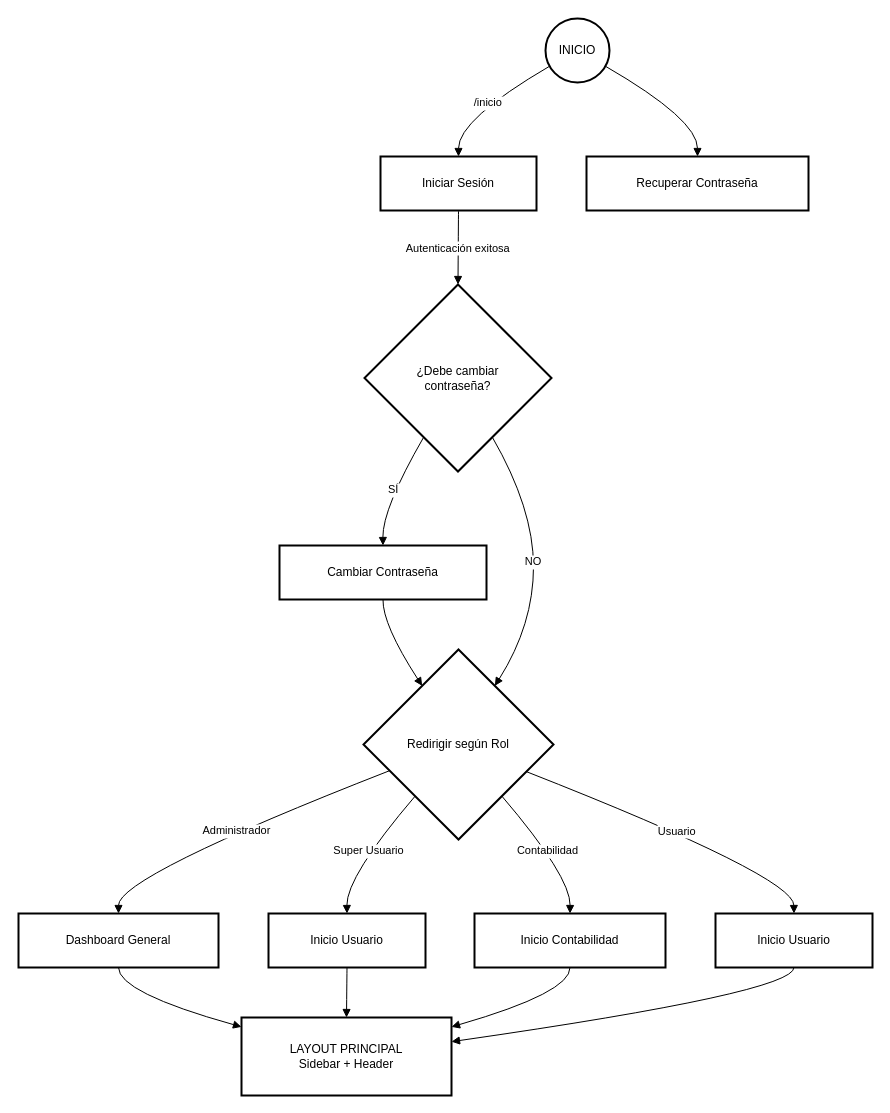
This is ESTRUCTURA DE NAVEGACIÓN GENERAL.drawio from Yazmin616/Diagramas_Procesos, a draw.io file, before an edit. Source tidied: cells renumbered, new cells numbered last; positions are measured from the earlier drawing's top-left corner, leaving out a move shared by most shapes. Both pictures are drawn from the tidied source at 100%, with x=0, y=0 at pixel (18, 18).
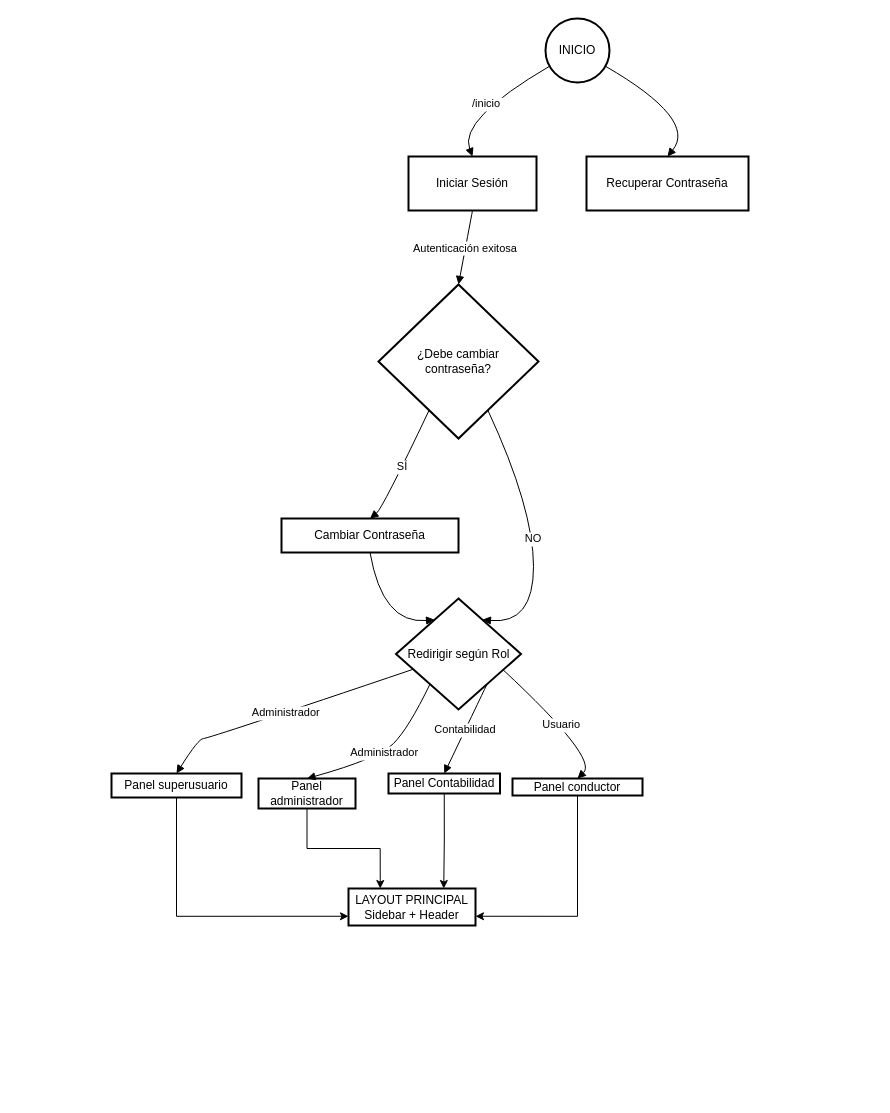
The same page after the edit.

Diff of the diagram source:
```diff
@@
     <mxCell id="3" value="Iniciar Sesión" style="whiteSpace=wrap;strokeWidth=2;" parent="1" vertex="1">
-      <mxGeometry x="362" y="138" width="156" height="54" as="geometry" />
+      <mxGeometry x="390" y="138" width="128" height="54" as="geometry" />
     </mxCell>
     <mxCell id="4" value="Recuperar Contraseña" style="whiteSpace=wrap;strokeWidth=2;" parent="1" vertex="1">
-      <mxGeometry x="568" y="138" width="222" height="54" as="geometry" />
+      <mxGeometry x="568" y="138" width="162" height="54" as="geometry" />
     </mxCell>
     <mxCell id="5" value="¿Debe cambiar&#10;contraseña?" style="rhombus;strokeWidth=2;whiteSpace=wrap;" parent="1" vertex="1">
-      <mxGeometry x="346" y="266" width="187" height="187" as="geometry" />
+      <mxGeometry x="360" y="266" width="160" height="154" as="geometry" />
     </mxCell>
     <mxCell id="6" value="Cambiar Contraseña" style="whiteSpace=wrap;strokeWidth=2;" parent="1" vertex="1">
-      <mxGeometry x="261" y="527" width="207" height="54" as="geometry" />
+      <mxGeometry x="263" y="500" width="177" height="34" as="geometry" />
     </mxCell>
     <mxCell id="7" value="Redirigir según Rol" style="rhombus;strokeWidth=2;whiteSpace=wrap;" parent="1" vertex="1">
-      <mxGeometry x="345" y="631" width="190" height="190" as="geometry" />
+      <mxGeometry x="377.5" y="580" width="125" height="111" as="geometry" />
     </mxCell>
+    <mxCell id="23" style="edgeStyle=orthogonalEdgeStyle;rounded=0;jettySize=auto;html=1;exitX=0.5;exitY=1;exitDx=0;exitDy=0;entryX=0;entryY=0.75;entryDx=0;entryDy=0;" parent="1" edge="1" source="8" target="12">
+      <mxGeometry relative="1" as="geometry" />
+    </mxCell>
-    <mxCell id="8" value="Dashboard General" style="whiteSpace=wrap;strokeWidth=2;" parent="1" vertex="1">
-      <mxGeometry y="895" width="200" height="54" as="geometry" />
+    <mxCell id="8" value="Panel superusuario" style="whiteSpace=wrap;strokeWidth=2;" parent="1" vertex="1">
+      <mxGeometry x="93" y="755" width="130" height="24" as="geometry" />
     </mxCell>
+    <mxCell id="24" style="edgeStyle=orthogonalEdgeStyle;rounded=0;jettySize=auto;html=1;exitX=0.5;exitY=1;exitDx=0;exitDy=0;entryX=0.25;entryY=0;entryDx=0;entryDy=0;" parent="1" edge="1" source="9" target="12">
+      <mxGeometry relative="1" as="geometry" />
+    </mxCell>
-    <mxCell id="9" value="Inicio Usuario" style="whiteSpace=wrap;strokeWidth=2;" parent="1" vertex="1">
-      <mxGeometry x="250" y="895" width="157" height="54" as="geometry" />
+    <mxCell id="9" value="Panel administrador" style="whiteSpace=wrap;strokeWidth=2;" parent="1" vertex="1">
+      <mxGeometry x="240" y="760" width="97" height="30" as="geometry" />
     </mxCell>
+    <mxCell id="25" style="edgeStyle=orthogonalEdgeStyle;rounded=0;jettySize=auto;html=1;exitX=0.5;exitY=1;exitDx=0;exitDy=0;entryX=0.75;entryY=0;entryDx=0;entryDy=0;" parent="1" edge="1" source="10" target="12">
+      <mxGeometry relative="1" as="geometry" />
+    </mxCell>
-    <mxCell id="10" value="Inicio Contabilidad" style="whiteSpace=wrap;strokeWidth=2;" parent="1" vertex="1">
-      <mxGeometry x="456" y="895" width="191" height="54" as="geometry" />
+    <mxCell id="10" value="Panel Contabilidad" style="whiteSpace=wrap;strokeWidth=2;" parent="1" vertex="1">
+      <mxGeometry x="370" y="755" width="111.5" height="20" as="geometry" />
     </mxCell>
+    <mxCell id="26" style="edgeStyle=orthogonalEdgeStyle;rounded=0;jettySize=auto;html=1;exitX=0.5;exitY=1;exitDx=0;exitDy=0;entryX=1;entryY=0.75;entryDx=0;entryDy=0;" parent="1" edge="1" source="11" target="12">
+      <mxGeometry relative="1" as="geometry" />
+    </mxCell>
-    <mxCell id="11" value="Inicio Usuario" style="whiteSpace=wrap;strokeWidth=2;" parent="1" vertex="1">
-      <mxGeometry x="697" y="895" width="157" height="54" as="geometry" />
+    <mxCell id="11" value="Panel conductor" style="whiteSpace=wrap;strokeWidth=2;" parent="1" vertex="1">
+      <mxGeometry x="494" y="760" width="130" height="17" as="geometry" />
     </mxCell>
     <mxCell id="12" value="LAYOUT PRINCIPAL&#10;Sidebar + Header" style="whiteSpace=wrap;strokeWidth=2;" parent="1" vertex="1">
-      <mxGeometry x="223" y="999" width="210" height="78" as="geometry" />
+      <mxGeometry x="330" y="870" width="127" height="37" as="geometry" />
     </mxCell>
@@
     <mxCell id="19" value="Administrador" style="curved=1;startArrow=none;endArrow=block;exitX=0;exitY=0.69;entryX=0.5;entryY=0;rounded=0;" parent="1" edge="1" source="7" target="8">
       <mxGeometry relative="1" as="geometry">
         <Array as="points">
-          <mxPoint x="100" y="858" />
+          <mxPoint x="190" y="720" />
+          <mxPoint x="180" y="720" />
         </Array>
       </mxGeometry>
     </mxCell>
-    <mxCell id="20" value="Super Usuario" style="curved=1;startArrow=none;endArrow=block;exitX=0.08;exitY=1;entryX=0.5;entryY=0;rounded=0;" parent="1" edge="1" source="7" target="9">
+    <mxCell id="20" value="Administrador" style="curved=1;startArrow=none;endArrow=block;exitX=0.08;exitY=1;entryX=0.5;entryY=0;rounded=0;" parent="1" edge="1" source="7" target="9">
       <mxGeometry relative="1" as="geometry">
         <Array as="points">
-          <mxPoint x="328" y="858" />
+          <mxPoint x="390" y="710" />
+          <mxPoint x="360" y="740" />
         </Array>
       </mxGeometry>
     </mxCell>
     <mxCell id="21" value="Contabilidad" style="curved=1;startArrow=none;endArrow=block;exitX=0.92;exitY=1;entryX=0.5;entryY=0;rounded=0;" parent="1" edge="1" source="7" target="10">
-      <mxGeometry relative="1" as="geometry">
-        <Array as="points">
-          <mxPoint x="552" y="858" />
-        </Array>
-      </mxGeometry>
+      <mxGeometry relative="1" as="geometry" />
     </mxCell>
     <mxCell id="22" value="Usuario" style="curved=1;startArrow=none;endArrow=block;exitX=1;exitY=0.7;entryX=0.5;entryY=0;rounded=0;" parent="1" edge="1" source="7" target="11">
       <mxGeometry relative="1" as="geometry">
         <Array as="points">
-          <mxPoint x="775" y="858" />
+          <mxPoint x="580" y="740" />
         </Array>
       </mxGeometry>
     </mxCell>
-    <mxCell id="23" style="curved=1;startArrow=none;endArrow=block;exitX=0.5;exitY=1;entryX=0;entryY=0.12;rounded=0;" parent="1" edge="1" source="8" target="12">
-      <mxGeometry relative="1" as="geometry">
-        <Array as="points">
-          <mxPoint x="100" y="974" />
-        </Array>
-      </mxGeometry>
-    </mxCell>
-    <mxCell id="24" style="curved=1;startArrow=none;endArrow=block;exitX=0.5;exitY=1;entryX=0.5;entryY=0;rounded=0;" parent="1" edge="1" source="9" target="12">
-      <mxGeometry relative="1" as="geometry" />
-    </mxCell>
-    <mxCell id="25" style="curved=1;startArrow=none;endArrow=block;exitX=0.5;exitY=1;entryX=1;entryY=0.12;rounded=0;" parent="1" edge="1" source="10" target="12">
-      <mxGeometry relative="1" as="geometry">
-        <Array as="points">
-          <mxPoint x="552" y="974" />
-        </Array>
-      </mxGeometry>
-    </mxCell>
-    <mxCell id="26" style="curved=1;startArrow=none;endArrow=block;exitX=0.5;exitY=1;entryX=1;entryY=0.31;rounded=0;" parent="1" edge="1" source="11" target="12">
-      <mxGeometry relative="1" as="geometry">
-        <Array as="points">
-          <mxPoint x="775" y="974" />
-        </Array>
-      </mxGeometry>
-    </mxCell>
```
